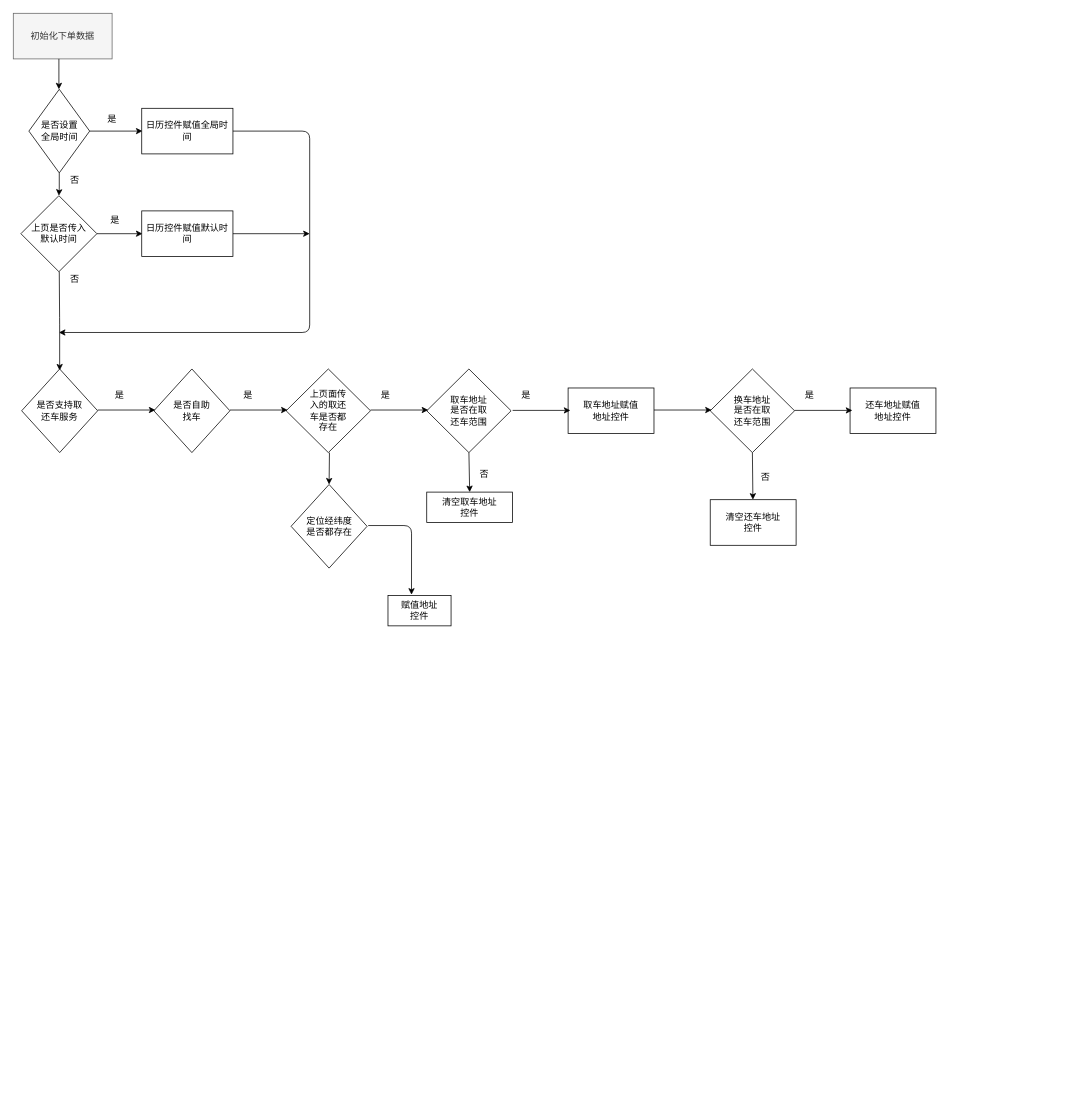
The draw.io diagram Untitled Diagram.drawio in fanxiao168/docment, before the edit. Source tidied: cells renumbered, new cells numbered last; positions are measured from the earlier drawing's top-left corner, leaving out a move shared by most shapes. Both pictures are drawn from the tidied source at 76%, with x=0, y=0 at pixel (13, 13).
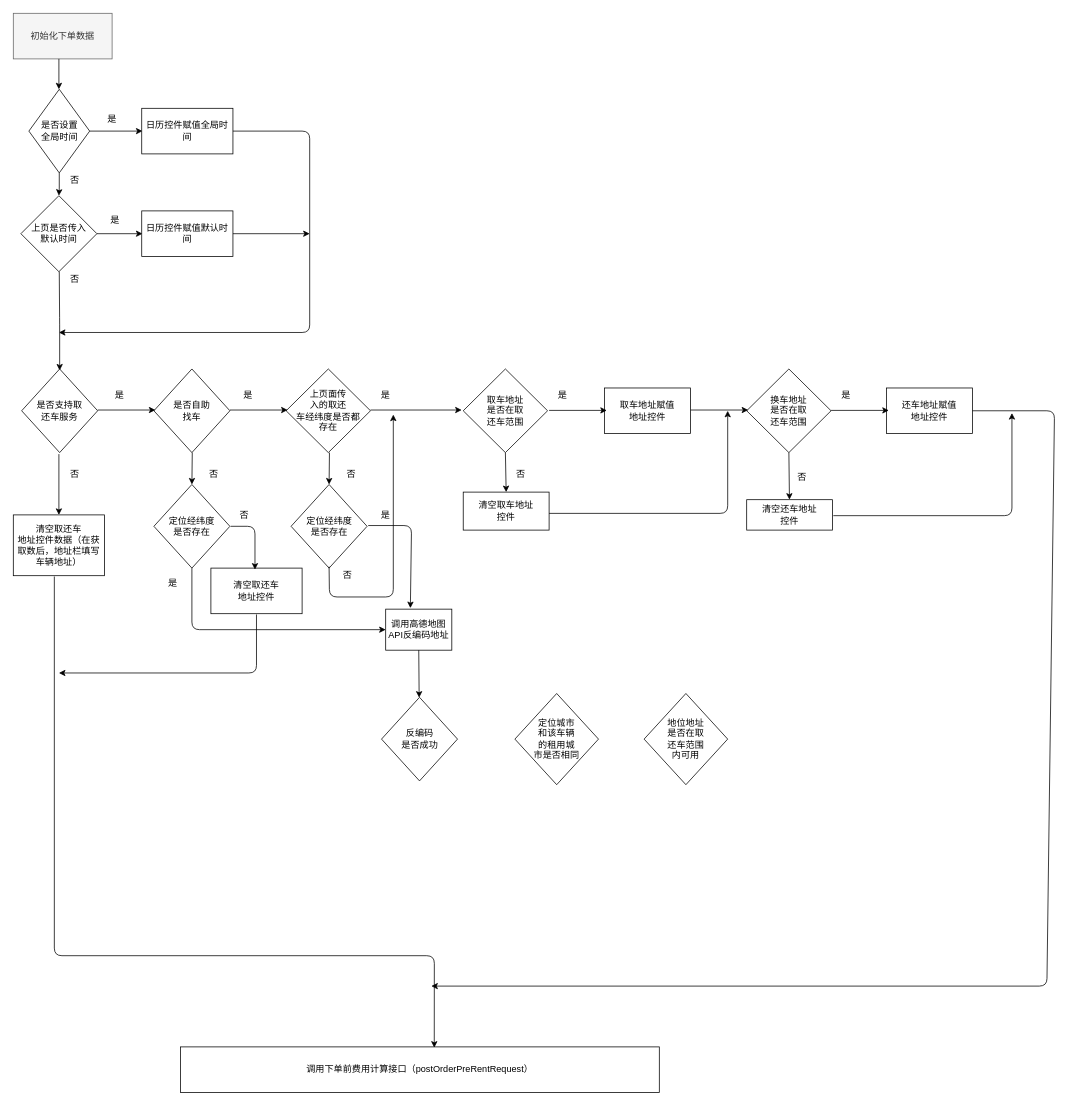
The same diagram, later.

Change to the diagram source:
```diff
@@
-    <mxCell id="21" value="上页面传&lt;br&gt;入的取还&lt;br&gt;车是否都&lt;br&gt;存在" style="rhombus;whiteSpace=wrap;html=1;" parent="1" vertex="1">
+    <mxCell id="21" value="上页面传&lt;br&gt;入的取还&lt;br&gt;车经纬度是否都&lt;br&gt;存在" style="rhombus;whiteSpace=wrap;html=1;" parent="1" vertex="1">
       <mxGeometry x="359" y="468" width="111" height="110" as="geometry" />
     </mxCell>
@@
     <mxCell id="23" value="取车地址&lt;br&gt;是否在取&lt;br&gt;还车范围" style="rhombus;whiteSpace=wrap;html=1;" parent="1" vertex="1">
-      <mxGeometry x="544" y="468" width="111" height="110" as="geometry" />
+      <mxGeometry x="592" y="468" width="111" height="110" as="geometry" />
     </mxCell>
     <mxCell id="24" style="endArrow=classic;html=1;" parent="1" edge="1">
       <mxGeometry relative="1" as="geometry">
         <mxPoint x="470" y="522" as="sourcePoint" />
-        <mxPoint x="546" y="522" as="targetPoint" />
+        <mxPoint x="590" y="522" as="targetPoint" />
       </mxGeometry>
     </mxCell>
     <mxCell id="25" value="换车地址&lt;br&gt;是否在取&lt;br&gt;还车范围" style="rhombus;whiteSpace=wrap;html=1;" parent="1" vertex="1">
-      <mxGeometry x="917" y="468" width="111" height="110" as="geometry" />
+      <mxGeometry x="965" y="468" width="111" height="110" as="geometry" />
     </mxCell>
     <mxCell id="26" style="endArrow=classic;html=1;" parent="1" edge="1">
       <mxGeometry relative="1" as="geometry">
-        <mxPoint x="843" y="522" as="sourcePoint" />
-        <mxPoint x="919" y="522" as="targetPoint" />
+        <mxPoint x="891" y="522" as="sourcePoint" />
+        <mxPoint x="967" y="522" as="targetPoint" />
       </mxGeometry>
     </mxCell>
     <mxCell id="27" value="取车地址赋值&lt;br&gt;地址控件" style="rounded=0;whiteSpace=wrap;html=1;" parent="1" vertex="1">
-      <mxGeometry x="730" y="493" width="113" height="60" as="geometry" />
+      <mxGeometry x="778" y="493" width="113" height="60" as="geometry" />
     </mxCell>
     <mxCell id="28" style="endArrow=classic;html=1;" parent="1" edge="1">
       <mxGeometry relative="1" as="geometry">
-        <mxPoint x="657" y="522.5" as="sourcePoint" />
-        <mxPoint x="733" y="522.5" as="targetPoint" />
+        <mxPoint x="705" y="522.5" as="sourcePoint" />
+        <mxPoint x="781" y="522.5" as="targetPoint" />
       </mxGeometry>
     </mxCell>
     <mxCell id="29" value="还车地址赋值&lt;br&gt;地址控件" style="rounded=0;whiteSpace=wrap;html=1;" parent="1" vertex="1">
-      <mxGeometry x="1101" y="493" width="113" height="60" as="geometry" />
+      <mxGeometry x="1149" y="493" width="113" height="60" as="geometry" />
     </mxCell>
     <mxCell id="30" style="endArrow=classic;html=1;" parent="1" edge="1">
       <mxGeometry relative="1" as="geometry">
-        <mxPoint x="1028" y="522.5" as="sourcePoint" />
-        <mxPoint x="1104" y="522.5" as="targetPoint" />
+        <mxPoint x="1076" y="522.5" as="sourcePoint" />
+        <mxPoint x="1152" y="522.5" as="targetPoint" />
       </mxGeometry>
     </mxCell>
     <mxCell id="31" value="清空取车地址&lt;br&gt;控件" style="rounded=0;whiteSpace=wrap;html=1;" parent="1" vertex="1">
-      <mxGeometry x="544" y="630" width="113" height="40" as="geometry" />
+      <mxGeometry x="592" y="630" width="113" height="50" as="geometry" />
     </mxCell>
     <mxCell id="32" value="清空还车地址&lt;br&gt;控件" style="rounded=0;whiteSpace=wrap;html=1;" parent="1" vertex="1">
-      <mxGeometry x="917" y="640" width="113" height="60" as="geometry" />
+      <mxGeometry x="965" y="640" width="113" height="40" as="geometry" />
     </mxCell>
@@
     <mxCell id="38" value="是" style="text;html=1;strokeColor=none;fillColor=none;align=center;verticalAlign=middle;whiteSpace=wrap;rounded=0;" parent="1" vertex="1">
-      <mxGeometry x="655" y="493" width="40" height="20" as="geometry" />
+      <mxGeometry x="703" y="493" width="40" height="20" as="geometry" />
     </mxCell>
     <mxCell id="39" value="是" style="text;html=1;strokeColor=none;fillColor=none;align=center;verticalAlign=middle;whiteSpace=wrap;rounded=0;" parent="1" vertex="1">
-      <mxGeometry x="1028" y="493" width="40" height="20" as="geometry" />
+      <mxGeometry x="1076" y="493" width="40" height="20" as="geometry" />
     </mxCell>
     <mxCell id="40" value="否" style="text;html=1;strokeColor=none;fillColor=none;align=center;verticalAlign=middle;whiteSpace=wrap;rounded=0;" parent="1" vertex="1">
-      <mxGeometry x="970" y="600" width="40" height="20" as="geometry" />
+      <mxGeometry x="1018" y="600" width="40" height="20" as="geometry" />
     </mxCell>
     <mxCell id="41" value="否" style="text;html=1;strokeColor=none;fillColor=none;align=center;verticalAlign=middle;whiteSpace=wrap;rounded=0;" parent="1" vertex="1">
-      <mxGeometry x="600" y="597" width="40" height="20" as="geometry" />
+      <mxGeometry x="648" y="597" width="40" height="20" as="geometry" />
     </mxCell>
-    <mxCell id="42" value="定位经纬度&lt;br&gt;是否都存在" style="rhombus;whiteSpace=wrap;html=1;" parent="1" vertex="1">
+    <mxCell id="42" value="定位经纬度&lt;br&gt;是否存在" style="rhombus;whiteSpace=wrap;html=1;" parent="1" vertex="1">
       <mxGeometry x="365.5" y="620" width="100" height="110" as="geometry" />
     </mxCell>
@@
-    <mxCell id="44" value="赋值地址&lt;br&gt;控件" style="rounded=0;whiteSpace=wrap;html=1;" parent="1" vertex="1">
-      <mxGeometry x="493" y="766" width="83" height="40" as="geometry" />
+    <mxCell id="44" value="调用高德地图API反编码地址" style="rounded=0;whiteSpace=wrap;html=1;" parent="1" vertex="1">
+      <mxGeometry x="490" y="784" width="87" height="54" as="geometry" />
     </mxCell>
@@
+    <mxCell id="46" value="否" style="text;html=1;strokeColor=none;fillColor=none;align=center;verticalAlign=middle;whiteSpace=wrap;rounded=0;" parent="1" vertex="1">
+      <mxGeometry x="424.5" y="596" width="40" height="20" as="geometry" />
+    </mxCell>
+    <mxCell id="47" value="是" style="text;html=1;strokeColor=none;fillColor=none;align=center;verticalAlign=middle;whiteSpace=wrap;rounded=0;" parent="1" vertex="1">
+      <mxGeometry x="470" y="650" width="40" height="20" as="geometry" />
+    </mxCell>
+    <mxCell id="48" style="endArrow=classic;html=1;exitX=0.5;exitY=1;exitDx=0;exitDy=0;" parent="1" edge="1">
+      <mxGeometry relative="1" as="geometry">
+        <mxPoint x="415.5" y="728" as="sourcePoint" />
+        <mxPoint x="500" y="528" as="targetPoint" />
+        <Array as="points">
+          <mxPoint x="416" y="768" />
+          <mxPoint x="500" y="768" />
+        </Array>
+      </mxGeometry>
+    </mxCell>
+    <mxCell id="49" value="否" style="text;html=1;strokeColor=none;fillColor=none;align=center;verticalAlign=middle;whiteSpace=wrap;rounded=0;" parent="1" vertex="1">
+      <mxGeometry x="420" y="730" width="40" height="20" as="geometry" />
+    </mxCell>
+    <mxCell id="50" value="定位经纬度&lt;br&gt;是否存在" style="rhombus;whiteSpace=wrap;html=1;" parent="1" vertex="1">
+      <mxGeometry x="185" y="620" width="100" height="110" as="geometry" />
+    </mxCell>
+    <mxCell id="51" style="endArrow=classic;html=1;entryX=0.5;entryY=0;entryDx=0;entryDy=0;" parent="1" edge="1" target="50">
+      <mxGeometry relative="1" as="geometry">
+        <mxPoint x="235.5" y="578" as="sourcePoint" />
+      </mxGeometry>
+    </mxCell>
+    <mxCell id="52" value="否" style="text;html=1;strokeColor=none;fillColor=none;align=center;verticalAlign=middle;whiteSpace=wrap;rounded=0;" parent="1" vertex="1">
+      <mxGeometry x="244" y="596" width="40" height="20" as="geometry" />
+    </mxCell>
+    <mxCell id="53" style="endArrow=classic;html=1;entryX=0;entryY=0.5;entryDx=0;entryDy=0;" parent="1" edge="1" target="44">
+      <mxGeometry relative="1" as="geometry">
+        <mxPoint x="235" y="730" as="sourcePoint" />
+        <Array as="points">
+          <mxPoint x="235" y="811" />
+        </Array>
+      </mxGeometry>
+    </mxCell>
+    <mxCell id="54" value="清空取还车&lt;br&gt;地址控件" style="rounded=0;whiteSpace=wrap;html=1;" parent="1" vertex="1">
+      <mxGeometry x="260" y="730" width="120" height="60" as="geometry" />
+    </mxCell>
+    <mxCell id="55" style="endArrow=classic;html=1;entryX=0.5;entryY=0;entryDx=0;entryDy=0;" parent="1" edge="1">
+      <mxGeometry relative="1" as="geometry">
+        <mxPoint x="286" y="675" as="sourcePoint" />
+        <mxPoint x="318" y="732" as="targetPoint" />
+        <Array as="points">
+          <mxPoint x="318" y="675" />
+        </Array>
+      </mxGeometry>
+    </mxCell>
+    <mxCell id="56" value="否" style="text;html=1;strokeColor=none;fillColor=none;align=center;verticalAlign=middle;whiteSpace=wrap;rounded=0;" parent="1" vertex="1">
+      <mxGeometry x="284" y="650" width="40" height="20" as="geometry" />
+    </mxCell>
+    <mxCell id="57" value="是" style="text;html=1;strokeColor=none;fillColor=none;align=center;verticalAlign=middle;whiteSpace=wrap;rounded=0;" parent="1" vertex="1">
+      <mxGeometry x="190" y="740" width="40" height="20" as="geometry" />
+    </mxCell>
+    <mxCell id="58" style="endArrow=classic;html=1;exitX=1;exitY=0.5;exitDx=0;exitDy=0;" parent="1" edge="1">
+      <mxGeometry relative="1" as="geometry">
+        <mxPoint x="705" y="658" as="sourcePoint" />
+        <mxPoint x="940" y="523" as="targetPoint" />
+        <Array as="points">
+          <mxPoint x="940" y="658" />
+        </Array>
+      </mxGeometry>
+    </mxCell>
+    <mxCell id="59" style="endArrow=classic;html=1;exitX=1;exitY=0.5;exitDx=0;exitDy=0;" parent="1" edge="1">
+      <mxGeometry relative="1" as="geometry">
+        <mxPoint x="1079" y="661" as="sourcePoint" />
+        <mxPoint x="1314" y="526" as="targetPoint" />
+        <Array as="points">
+          <mxPoint x="1314" y="661" />
+        </Array>
+      </mxGeometry>
+    </mxCell>
+    <mxCell id="60" style="endArrow=classic;html=1;exitX=1;exitY=0.5;exitDx=0;exitDy=0;" parent="1" edge="1" source="29">
+      <mxGeometry relative="1" as="geometry">
+        <mxPoint x="550" y="1280" as="targetPoint" />
+        <Array as="points">
+          <mxPoint x="1370" y="523" />
+          <mxPoint x="1360" y="1280" />
+        </Array>
+      </mxGeometry>
+    </mxCell>
+    <mxCell id="61" value="清空取还车&lt;br&gt;地址控件数据（在获取数后，地址栏填写车辆地址）" style="rounded=0;whiteSpace=wrap;html=1;" parent="1" vertex="1">
+      <mxGeometry y="660" width="120" height="80" as="geometry" />
+    </mxCell>
+    <mxCell id="62" style="endArrow=classic;html=1;" parent="1" edge="1" target="61">
+      <mxGeometry relative="1" as="geometry">
+        <mxPoint x="60" y="580" as="sourcePoint" />
+      </mxGeometry>
+    </mxCell>
+    <mxCell id="63" value="否" style="text;html=1;strokeColor=none;fillColor=none;align=center;verticalAlign=middle;whiteSpace=wrap;rounded=0;" parent="1" vertex="1">
+      <mxGeometry x="60.5" y="597" width="40" height="20" as="geometry" />
+    </mxCell>
+    <mxCell id="64" value="调用下单前费用计算接口（postOrderPreRentRequest）" style="rounded=0;whiteSpace=wrap;html=1;" parent="1" vertex="1">
+      <mxGeometry x="220" y="1360" width="630" height="60" as="geometry" />
+    </mxCell>
+    <mxCell id="65" style="endArrow=classic;html=1;exitX=0.45;exitY=1.013;exitDx=0;exitDy=0;exitPerimeter=0;entryX=0.53;entryY=0.017;entryDx=0;entryDy=0;entryPerimeter=0;" parent="1" edge="1" source="61" target="64">
+      <mxGeometry relative="1" as="geometry">
+        <Array as="points">
+          <mxPoint x="54" y="1240" />
+          <mxPoint x="554" y="1240" />
+        </Array>
+      </mxGeometry>
+    </mxCell>
+    <mxCell id="66" style="endArrow=classic;html=1;" parent="1" edge="1">
+      <mxGeometry relative="1" as="geometry">
+        <mxPoint x="320" y="791" as="sourcePoint" />
+        <mxPoint x="60" y="868" as="targetPoint" />
+        <Array as="points">
+          <mxPoint x="320" y="868" />
+        </Array>
+      </mxGeometry>
+    </mxCell>
+    <mxCell id="67" value="反编码&lt;br&gt;是否成功" style="rhombus;whiteSpace=wrap;html=1;" parent="1" vertex="1">
+      <mxGeometry x="484.5" y="900" width="100" height="110" as="geometry" />
+    </mxCell>
+    <mxCell id="68" style="endArrow=classic;html=1;exitX=0.5;exitY=1;exitDx=0;exitDy=0;" parent="1" edge="1" source="44" target="67">
+      <mxGeometry relative="1" as="geometry" />
+    </mxCell>
+    <mxCell id="69" value="定位城市&lt;br&gt;和该车辆&lt;br&gt;的租用城&lt;br&gt;市是否相同" style="rhombus;whiteSpace=wrap;html=1;" parent="1" vertex="1">
+      <mxGeometry x="660" y="895" width="110" height="120" as="geometry" />
+    </mxCell>
+    <mxCell id="70" value="地位地址&lt;br&gt;是否在取&lt;br&gt;还车范围&lt;br&gt;内可用" style="rhombus;whiteSpace=wrap;html=1;" parent="1" vertex="1">
+      <mxGeometry x="830" y="895" width="110" height="120" as="geometry" />
+    </mxCell>
```
